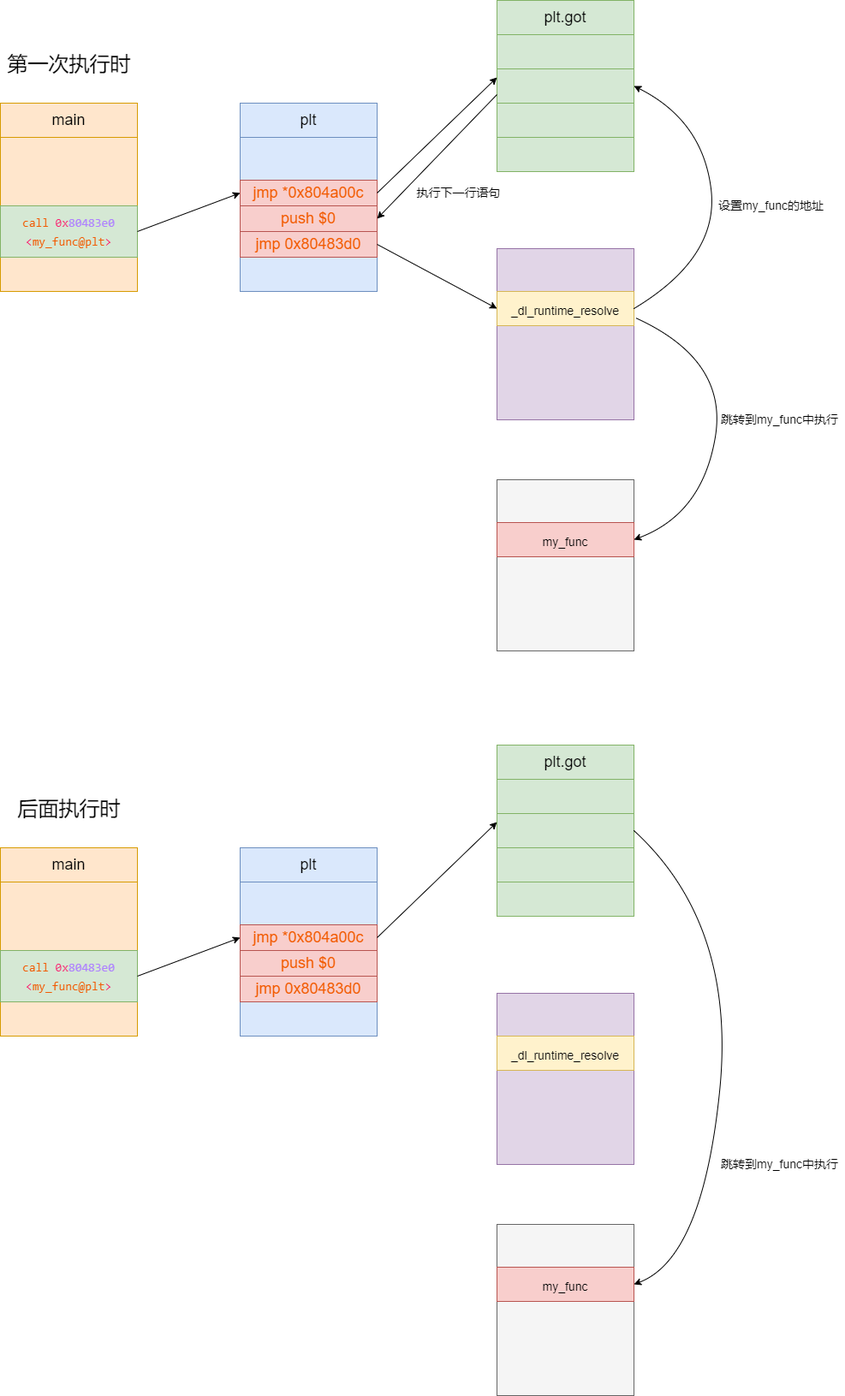
Before: blog/Linux/compile/got_plt/got_plt.png, a diagram exported from draw.io (zgjsxx/static-img-repo). Source tidied: cells renumbered, new cells last; positions are measured from the earlier drawing's top-left corner, leaving out a move shared by most shapes.
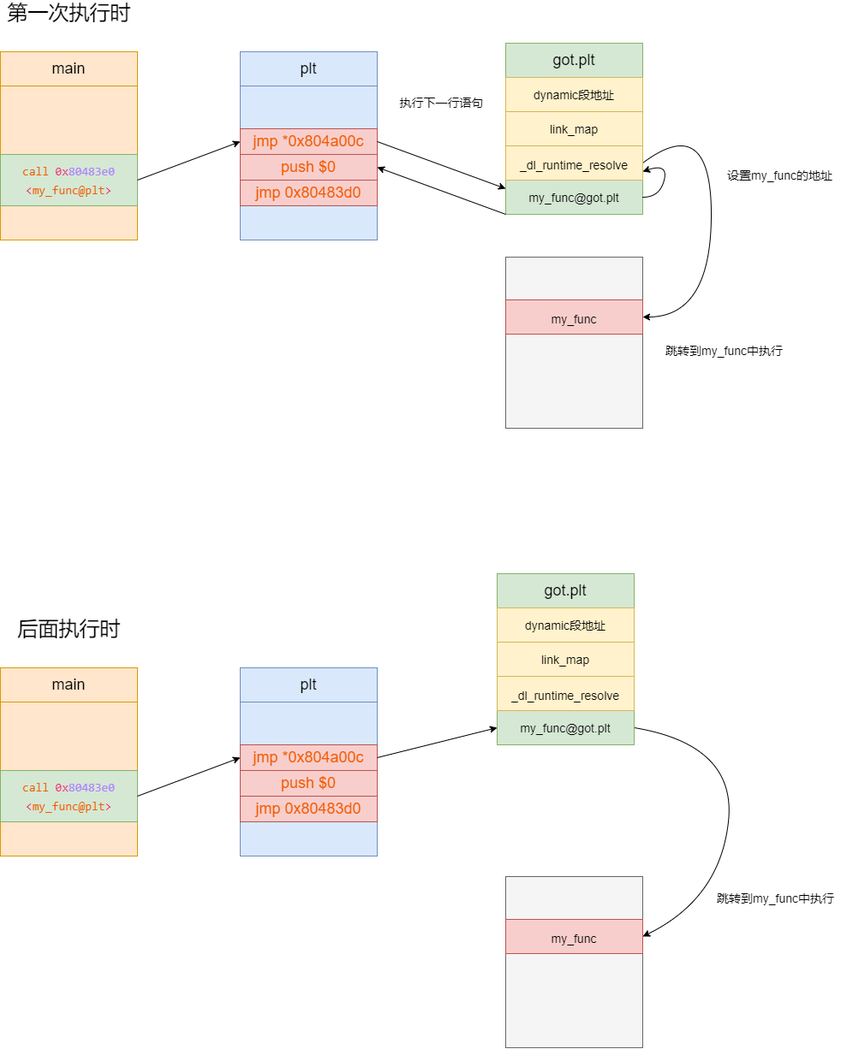
The same file after the commit.

Change to the diagram source:
```diff
@@ -17,8 +17,8 @@
     <mxCell id="6" value="plt" style="rounded=0;whiteSpace=wrap;html=1;fontSize=18;fillColor=#dae8fc;strokeColor=#6c8ebf;" parent="1" vertex="1">
       <mxGeometry x="280" y="120" width="160" height="40" as="geometry" />
     </mxCell>
-    <mxCell id="7" value="plt.got" style="rounded=0;whiteSpace=wrap;html=1;fontSize=18;fillColor=#d5e8d4;strokeColor=#82b366;" parent="1" vertex="1">
-      <mxGeometry x="580" width="160" height="40" as="geometry" />
+    <mxCell id="7" value="got.plt" style="rounded=0;whiteSpace=wrap;html=1;fontSize=18;fillColor=#d5e8d4;strokeColor=#82b366;" parent="1" vertex="1">
+      <mxGeometry x="590" y="110" width="160" height="40" as="geometry" />
     </mxCell>
     <mxCell id="8" value="&lt;font color=&quot;#f25a00&quot;&gt;jmp 0x80483d0&lt;/font&gt;" style="rounded=0;whiteSpace=wrap;html=1;fontSize=18;fillColor=#f8cecc;strokeColor=#b85450;" parent="1" vertex="1">
       <mxGeometry x="280" y="270" width="160" height="30" as="geometry" />
@@ -32,137 +32,123 @@
     <mxCell id="11" style="endArrow=classic;html=1;rounded=0;fontSize=18;exitX=1;exitY=0.5;exitDx=0;exitDy=0;entryX=0;entryY=0.5;entryDx=0;entryDy=0;" parent="1" edge="1" source="3" target="9">
       <mxGeometry relative="1" as="geometry" />
     </mxCell>
-    <mxCell id="12" style="rounded=0;whiteSpace=wrap;html=1;fontSize=18;fillColor=#d5e8d4;strokeColor=#82b366;" parent="1" vertex="1">
-      <mxGeometry x="580" y="40" width="160" height="40" as="geometry" />
+    <mxCell id="12" value="&lt;font style=&quot;font-size: 14px&quot;&gt;dynamic段地址&lt;/font&gt;" style="rounded=0;whiteSpace=wrap;html=1;fontSize=18;fillColor=#fff2cc;strokeColor=#d6b656;" parent="1" vertex="1">
+      <mxGeometry x="590" y="150" width="160" height="40" as="geometry" />
     </mxCell>
-    <mxCell id="13" style="rounded=0;whiteSpace=wrap;html=1;fontSize=18;fillColor=#d5e8d4;strokeColor=#82b366;" parent="1" vertex="1">
-      <mxGeometry x="580" y="80" width="160" height="40" as="geometry" />
+    <mxCell id="13" value="&lt;font style=&quot;font-size: 14px&quot;&gt;link_map&lt;/font&gt;" style="rounded=0;whiteSpace=wrap;html=1;fontSize=18;fillColor=#fff2cc;strokeColor=#d6b656;" parent="1" vertex="1">
+      <mxGeometry x="590" y="190" width="160" height="40" as="geometry" />
     </mxCell>
-    <mxCell id="14" style="rounded=0;whiteSpace=wrap;html=1;fontSize=18;fillColor=#d5e8d4;strokeColor=#82b366;" parent="1" vertex="1">
-      <mxGeometry x="580" y="120" width="160" height="40" as="geometry" />
-    </mxCell>
-    <mxCell id="15" style="rounded=0;whiteSpace=wrap;html=1;fontSize=18;fillColor=#d5e8d4;strokeColor=#82b366;" parent="1" vertex="1">
-      <mxGeometry x="580" y="160" width="160" height="40" as="geometry" />
+    <mxCell id="15" value="&lt;font style=&quot;font-size: 14px&quot;&gt;my_func@got.plt&lt;/font&gt;" style="rounded=0;whiteSpace=wrap;html=1;fontSize=18;fillColor=#d5e8d4;strokeColor=#82b366;" parent="1" vertex="1">
+      <mxGeometry x="590" y="270" width="160" height="40" as="geometry" />
     </mxCell>
-    <mxCell id="16" style="endArrow=classic;html=1;rounded=0;fontSize=18;exitX=1;exitY=0.5;exitDx=0;exitDy=0;entryX=0;entryY=0.25;entryDx=0;entryDy=0;" parent="1" edge="1" source="9" target="13">
+    <mxCell id="16" style="endArrow=classic;html=1;rounded=0;fontSize=18;exitX=1;exitY=0.5;exitDx=0;exitDy=0;entryX=0;entryY=0.25;entryDx=0;entryDy=0;" parent="1" edge="1" source="9" target="15">
       <mxGeometry relative="1" as="geometry" />
     </mxCell>
-    <mxCell id="17" style="endArrow=classic;html=1;rounded=0;fontSize=18;exitX=0;exitY=0.75;exitDx=0;exitDy=0;entryX=1;entryY=0.5;entryDx=0;entryDy=0;" parent="1" edge="1" source="13" target="10">
+    <mxCell id="17" style="endArrow=classic;html=1;rounded=0;fontSize=18;exitX=0;exitY=1;exitDx=0;exitDy=0;entryX=1;entryY=0.5;entryDx=0;entryDy=0;" parent="1" edge="1" source="15" target="10">
       <mxGeometry relative="1" as="geometry" />
     </mxCell>
     <mxCell id="18" value="&lt;font style=&quot;font-size: 24px&quot;&gt;第一次执行时&lt;/font&gt;" style="text;html=1;align=center;verticalAlign=middle;fillColor=none;strokeColor=none;rounded=0;fontSize=18;" parent="1" vertex="1">
       <mxGeometry y="60" width="160" height="30" as="geometry" />
     </mxCell>
-    <mxCell id="19" style="rounded=0;whiteSpace=wrap;html=1;fontSize=18;fillColor=#e1d5e7;strokeColor=#9673a6;" parent="1" vertex="1">
-      <mxGeometry x="580" y="290" width="160" height="200" as="geometry" />
-    </mxCell>
-    <mxCell id="20" value="&lt;font style=&quot;font-size: 14px&quot;&gt;_dl_runtime_resolve&lt;/font&gt;" style="rounded=0;whiteSpace=wrap;html=1;fontSize=24;fillColor=#fff2cc;strokeColor=#d6b656;" parent="1" vertex="1">
-      <mxGeometry x="580" y="340" width="160" height="40" as="geometry" />
-    </mxCell>
-    <mxCell id="21" style="endArrow=classic;html=1;rounded=0;fontSize=14;exitX=1;exitY=0.5;exitDx=0;exitDy=0;entryX=0;entryY=0.5;entryDx=0;entryDy=0;" parent="1" edge="1" source="8" target="20">
-      <mxGeometry relative="1" as="geometry" />
-    </mxCell>
-    <mxCell id="22" style="curved=1;endArrow=classic;html=1;rounded=0;fontSize=14;exitX=1;exitY=0.5;exitDx=0;exitDy=0;entryX=1;entryY=0.5;entryDx=0;entryDy=0;" parent="1" edge="1" source="20" target="13">
-      <mxGeometry relative="1" as="geometry">
-        <Array as="points">
-          <mxPoint x="840" y="300" />
-          <mxPoint x="820" y="140" />
-        </Array>
-      </mxGeometry>
-    </mxCell>
     <mxCell id="23" value="设置my_func的地址" style="text;html=1;align=center;verticalAlign=middle;fillColor=none;strokeColor=none;rounded=0;fontSize=14;" parent="1" vertex="1">
-      <mxGeometry x="830" y="230" width="140" height="20" as="geometry" />
+      <mxGeometry x="840" y="255" width="140" height="20" as="geometry" />
     </mxCell>
     <mxCell id="24" style="rounded=0;whiteSpace=wrap;html=1;fontSize=18;fillColor=#f5f5f5;strokeColor=#666666;fontColor=#333333;" parent="1" vertex="1">
-      <mxGeometry x="580" y="560" width="160" height="200" as="geometry" />
+      <mxGeometry x="590" y="360" width="160" height="200" as="geometry" />
     </mxCell>
     <mxCell id="25" value="&lt;font style=&quot;font-size: 14px&quot;&gt;my_func&lt;/font&gt;" style="rounded=0;whiteSpace=wrap;html=1;fontSize=24;fillColor=#f8cecc;strokeColor=#b85450;" parent="1" vertex="1">
-      <mxGeometry x="580" y="610" width="160" height="40" as="geometry" />
+      <mxGeometry x="590" y="410" width="160" height="40" as="geometry" />
     </mxCell>
-    <mxCell id="26" style="curved=1;endArrow=classic;html=1;rounded=0;fontSize=14;exitX=1.013;exitY=0.405;exitDx=0;exitDy=0;exitPerimeter=0;entryX=1;entryY=0.5;entryDx=0;entryDy=0;" parent="1" edge="1" source="19" target="25">
+    <mxCell id="26" style="curved=1;endArrow=classic;html=1;rounded=0;fontSize=14;exitX=1;exitY=0.5;exitDx=0;exitDy=0;entryX=1;entryY=0.5;entryDx=0;entryDy=0;" parent="1" edge="1" source="51" target="25">
       <mxGeometry relative="1" as="geometry">
         <Array as="points">
-          <mxPoint x="850" y="420" />
-          <mxPoint x="820" y="600" />
+          <mxPoint x="830" y="190" />
+          <mxPoint x="830" y="430" />
         </Array>
       </mxGeometry>
     </mxCell>
     <mxCell id="27" value="跳转到my_func中执行" style="text;html=1;align=center;verticalAlign=middle;fillColor=none;strokeColor=none;rounded=0;fontSize=14;" parent="1" vertex="1">
-      <mxGeometry x="835" y="480" width="150" height="20" as="geometry" />
+      <mxGeometry x="770" y="460" width="150" height="20" as="geometry" />
     </mxCell>
     <mxCell id="28" value="执行下一行语句" style="text;html=1;align=center;verticalAlign=middle;fillColor=none;strokeColor=none;rounded=0;fontSize=14;" parent="1" vertex="1">
-      <mxGeometry x="480" y="215" width="110" height="20" as="geometry" />
+      <mxGeometry x="460" y="170" width="110" height="20" as="geometry" />
     </mxCell>
     <mxCell id="29" style="rounded=0;whiteSpace=wrap;html=1;fontSize=18;fillColor=#ffe6cc;strokeColor=#d79b00;" parent="1" vertex="1">
-      <mxGeometry y="990" width="160" height="220" as="geometry" />
+      <mxGeometry y="840" width="160" height="220" as="geometry" />
     </mxCell>
     <mxCell id="30" value="&lt;span style=&quot;font-family: &amp;#34;consolas&amp;#34; , &amp;#34;courier new&amp;#34; , monospace ; font-size: 14px&quot;&gt;&lt;font color=&quot;#f25a00&quot;&gt;call&amp;nbsp;&lt;/font&gt;&lt;/span&gt;&lt;span style=&quot;font-family: &amp;#34;consolas&amp;#34; , &amp;#34;courier new&amp;#34; , monospace ; font-size: 14px ; color: rgb(249 , 38 , 114)&quot;&gt;0x&lt;/span&gt;&lt;span style=&quot;font-family: &amp;#34;consolas&amp;#34; , &amp;#34;courier new&amp;#34; , monospace ; font-size: 14px&quot;&gt;&lt;font color=&quot;#ae81ff&quot;&gt;80483e0&lt;/font&gt;&lt;span style=&quot;background-color: rgb(255 , 255 , 255)&quot;&gt;&lt;br&gt;&lt;/span&gt;&lt;/span&gt;&lt;span style=&quot;font-family: &amp;#34;consolas&amp;#34; , &amp;#34;courier new&amp;#34; , monospace ; font-size: 14px ; color: rgb(249 , 38 , 114)&quot;&gt;&amp;lt;&lt;/span&gt;&lt;span style=&quot;font-family: &amp;#34;consolas&amp;#34; , &amp;#34;courier new&amp;#34; , monospace ; font-size: 14px ; color: rgb(242 , 90 , 0)&quot;&gt;my_func@plt&lt;/span&gt;&lt;span style=&quot;font-family: &amp;#34;consolas&amp;#34; , &amp;#34;courier new&amp;#34; , monospace ; font-size: 14px ; color: rgb(249 , 38 , 114)&quot;&gt;&amp;gt;&lt;/span&gt;" style="rounded=0;whiteSpace=wrap;html=1;fontSize=18;fillColor=#d5e8d4;strokeColor=#82b366;" parent="1" vertex="1">
-      <mxGeometry y="1110" width="160" height="60" as="geometry" />
+      <mxGeometry y="960" width="160" height="60" as="geometry" />
     </mxCell>
     <mxCell id="31" value="main" style="rounded=0;whiteSpace=wrap;html=1;fontSize=18;fillColor=#ffe6cc;strokeColor=#d79b00;" parent="1" vertex="1">
-      <mxGeometry y="990" width="160" height="40" as="geometry" />
+      <mxGeometry y="840" width="160" height="40" as="geometry" />
     </mxCell>
     <mxCell id="32" style="rounded=0;whiteSpace=wrap;html=1;fontSize=18;fillColor=#dae8fc;strokeColor=#6c8ebf;" parent="1" vertex="1">
-      <mxGeometry x="280" y="990" width="160" height="220" as="geometry" />
+      <mxGeometry x="280" y="840" width="160" height="220" as="geometry" />
     </mxCell>
     <mxCell id="33" value="plt" style="rounded=0;whiteSpace=wrap;html=1;fontSize=18;fillColor=#dae8fc;strokeColor=#6c8ebf;" parent="1" vertex="1">
-      <mxGeometry x="280" y="990" width="160" height="40" as="geometry" />
+      <mxGeometry x="280" y="840" width="160" height="40" as="geometry" />
     </mxCell>
-    <mxCell id="34" value="plt.got" style="rounded=0;whiteSpace=wrap;html=1;fontSize=18;fillColor=#d5e8d4;strokeColor=#82b366;" parent="1" vertex="1">
-      <mxGeometry x="580" y="870" width="160" height="40" as="geometry" />
-    </mxCell>
     <mxCell id="35" value="&lt;font color=&quot;#f25a00&quot;&gt;jmp 0x80483d0&lt;/font&gt;" style="rounded=0;whiteSpace=wrap;html=1;fontSize=18;fillColor=#f8cecc;strokeColor=#b85450;" parent="1" vertex="1">
-      <mxGeometry x="280" y="1140" width="160" height="30" as="geometry" />
+      <mxGeometry x="280" y="990" width="160" height="30" as="geometry" />
     </mxCell>
     <mxCell id="36" value="&lt;font color=&quot;#f25a00&quot;&gt;jmp *0x804a00c&lt;/font&gt;" style="rounded=0;whiteSpace=wrap;html=1;fontSize=18;fillColor=#f8cecc;strokeColor=#b85450;" parent="1" vertex="1">
-      <mxGeometry x="280" y="1080" width="160" height="30" as="geometry" />
+      <mxGeometry x="280" y="930" width="160" height="30" as="geometry" />
     </mxCell>
     <mxCell id="37" value="&lt;font color=&quot;#f25a00&quot;&gt;push $0&lt;/font&gt;" style="rounded=0;whiteSpace=wrap;html=1;fontSize=18;fillColor=#f8cecc;strokeColor=#b85450;" parent="1" vertex="1">
-      <mxGeometry x="280" y="1110" width="160" height="30" as="geometry" />
+      <mxGeometry x="280" y="960" width="160" height="30" as="geometry" />
     </mxCell>
     <mxCell id="38" style="endArrow=classic;html=1;rounded=0;fontSize=18;exitX=1;exitY=0.5;exitDx=0;exitDy=0;entryX=0;entryY=0.5;entryDx=0;entryDy=0;" parent="1" edge="1" source="30" target="36">
       <mxGeometry relative="1" as="geometry" />
     </mxCell>
-    <mxCell id="39" style="rounded=0;whiteSpace=wrap;html=1;fontSize=18;fillColor=#d5e8d4;strokeColor=#82b366;" parent="1" vertex="1">
-      <mxGeometry x="580" y="910" width="160" height="40" as="geometry" />
-    </mxCell>
-    <mxCell id="40" style="rounded=0;whiteSpace=wrap;html=1;fontSize=18;fillColor=#d5e8d4;strokeColor=#82b366;" parent="1" vertex="1">
-      <mxGeometry x="580" y="950" width="160" height="40" as="geometry" />
-    </mxCell>
-    <mxCell id="41" style="rounded=0;whiteSpace=wrap;html=1;fontSize=18;fillColor=#d5e8d4;strokeColor=#82b366;" parent="1" vertex="1">
-      <mxGeometry x="580" y="990" width="160" height="40" as="geometry" />
-    </mxCell>
-    <mxCell id="42" style="rounded=0;whiteSpace=wrap;html=1;fontSize=18;fillColor=#d5e8d4;strokeColor=#82b366;" parent="1" vertex="1">
-      <mxGeometry x="580" y="1030" width="160" height="40" as="geometry" />
-    </mxCell>
-    <mxCell id="43" style="endArrow=classic;html=1;rounded=0;fontSize=18;exitX=1;exitY=0.5;exitDx=0;exitDy=0;entryX=0;entryY=0.25;entryDx=0;entryDy=0;" parent="1" edge="1" source="36" target="40">
+    <mxCell id="43" style="endArrow=classic;html=1;rounded=0;fontSize=18;exitX=1;exitY=0.5;exitDx=0;exitDy=0;entryX=0;entryY=0.5;entryDx=0;entryDy=0;" parent="1" edge="1" source="36" target="56">
       <mxGeometry relative="1" as="geometry" />
     </mxCell>
     <mxCell id="44" value="&lt;font style=&quot;font-size: 24px&quot;&gt;后面执行时&lt;/font&gt;" style="text;html=1;align=center;verticalAlign=middle;fillColor=none;strokeColor=none;rounded=0;fontSize=18;" parent="1" vertex="1">
-      <mxGeometry x="10" y="930" width="140" height="30" as="geometry" />
+      <mxGeometry x="10" y="780" width="140" height="30" as="geometry" />
     </mxCell>
-    <mxCell id="45" style="rounded=0;whiteSpace=wrap;html=1;fontSize=18;fillColor=#e1d5e7;strokeColor=#9673a6;" parent="1" vertex="1">
-      <mxGeometry x="580" y="1160" width="160" height="200" as="geometry" />
-    </mxCell>
-    <mxCell id="46" value="&lt;font style=&quot;font-size: 14px&quot;&gt;_dl_runtime_resolve&lt;/font&gt;" style="rounded=0;whiteSpace=wrap;html=1;fontSize=24;fillColor=#fff2cc;strokeColor=#d6b656;" parent="1" vertex="1">
-      <mxGeometry x="580" y="1210" width="160" height="40" as="geometry" />
-    </mxCell>
     <mxCell id="47" style="rounded=0;whiteSpace=wrap;html=1;fontSize=18;fillColor=#f5f5f5;strokeColor=#666666;fontColor=#333333;" parent="1" vertex="1">
-      <mxGeometry x="580" y="1430" width="160" height="200" as="geometry" />
+      <mxGeometry x="590" y="1084" width="160" height="200" as="geometry" />
     </mxCell>
     <mxCell id="48" value="&lt;font style=&quot;font-size: 14px&quot;&gt;my_func&lt;/font&gt;" style="rounded=0;whiteSpace=wrap;html=1;fontSize=24;fillColor=#f8cecc;strokeColor=#b85450;" parent="1" vertex="1">
-      <mxGeometry x="580" y="1480" width="160" height="40" as="geometry" />
+      <mxGeometry x="590" y="1134" width="160" height="40" as="geometry" />
     </mxCell>
-    <mxCell id="49" style="curved=1;endArrow=classic;html=1;rounded=0;fontSize=14;exitX=1;exitY=0.5;exitDx=0;exitDy=0;entryX=1;entryY=0.5;entryDx=0;entryDy=0;" parent="1" edge="1" source="40" target="48">
+    <mxCell id="49" style="curved=1;endArrow=classic;html=1;rounded=0;fontSize=14;exitX=1;exitY=0.5;exitDx=0;exitDy=0;entryX=1;entryY=0.5;entryDx=0;entryDy=0;" parent="1" edge="1" source="56" target="48">
       <mxGeometry relative="1" as="geometry">
         <Array as="points">
-          <mxPoint x="860" y="1080" />
-          <mxPoint x="820" y="1470" />
+          <mxPoint x="860" y="930" />
+          <mxPoint x="840" y="1110" />
         </Array>
       </mxGeometry>
     </mxCell>
     <mxCell id="50" value="跳转到my_func中执行" style="text;html=1;align=center;verticalAlign=middle;fillColor=none;strokeColor=none;rounded=0;fontSize=14;" parent="1" vertex="1">
-      <mxGeometry x="835" y="1350" width="150" height="20" as="geometry" />
+      <mxGeometry x="830" y="1100" width="150" height="20" as="geometry" />
     </mxCell>
+    <mxCell id="51" value="&lt;font style=&quot;font-size: 14px&quot;&gt;_dl_runtime_resolve&lt;/font&gt;" style="rounded=0;whiteSpace=wrap;html=1;fontSize=24;fillColor=#fff2cc;strokeColor=#d6b656;" parent="1" vertex="1">
+      <mxGeometry x="590" y="230" width="160" height="40" as="geometry" />
+    </mxCell>
+    <mxCell id="52" style="curved=1;endArrow=classic;html=1;rounded=0;fontSize=14;exitX=1;exitY=0.5;exitDx=0;exitDy=0;" parent="1" edge="1" source="15">
+      <mxGeometry relative="1" as="geometry">
+        <mxPoint x="750" y="260" as="targetPoint" />
+        <Array as="points">
+          <mxPoint x="770" y="290" />
+          <mxPoint x="780" y="250" />
+        </Array>
+      </mxGeometry>
+    </mxCell>
+    <mxCell id="53" value="got.plt" style="rounded=0;whiteSpace=wrap;html=1;fontSize=18;fillColor=#d5e8d4;strokeColor=#82b366;" parent="1" vertex="1">
+      <mxGeometry x="580" y="730" width="160" height="40" as="geometry" />
+    </mxCell>
+    <mxCell id="54" value="&lt;font style=&quot;font-size: 14px&quot;&gt;dynamic段地址&lt;/font&gt;" style="rounded=0;whiteSpace=wrap;html=1;fontSize=18;fillColor=#fff2cc;strokeColor=#d6b656;" parent="1" vertex="1">
+      <mxGeometry x="580" y="770" width="160" height="40" as="geometry" />
+    </mxCell>
+    <mxCell id="55" value="&lt;font style=&quot;font-size: 14px&quot;&gt;link_map&lt;/font&gt;" style="rounded=0;whiteSpace=wrap;html=1;fontSize=18;fillColor=#fff2cc;strokeColor=#d6b656;" parent="1" vertex="1">
+      <mxGeometry x="580" y="810" width="160" height="40" as="geometry" />
+    </mxCell>
+    <mxCell id="56" value="&lt;font style=&quot;font-size: 14px&quot;&gt;my_func@got.plt&lt;/font&gt;" style="rounded=0;whiteSpace=wrap;html=1;fontSize=18;fillColor=#d5e8d4;strokeColor=#82b366;" parent="1" vertex="1">
+      <mxGeometry x="580" y="890" width="160" height="40" as="geometry" />
+    </mxCell>
+    <mxCell id="57" value="&lt;font style=&quot;font-size: 14px&quot;&gt;_dl_runtime_resolve&lt;/font&gt;" style="rounded=0;whiteSpace=wrap;html=1;fontSize=24;fillColor=#fff2cc;strokeColor=#d6b656;" parent="1" vertex="1">
+      <mxGeometry x="580" y="850" width="160" height="40" as="geometry" />
+    </mxCell>
   </root>
 </mxGraphModel>
```
